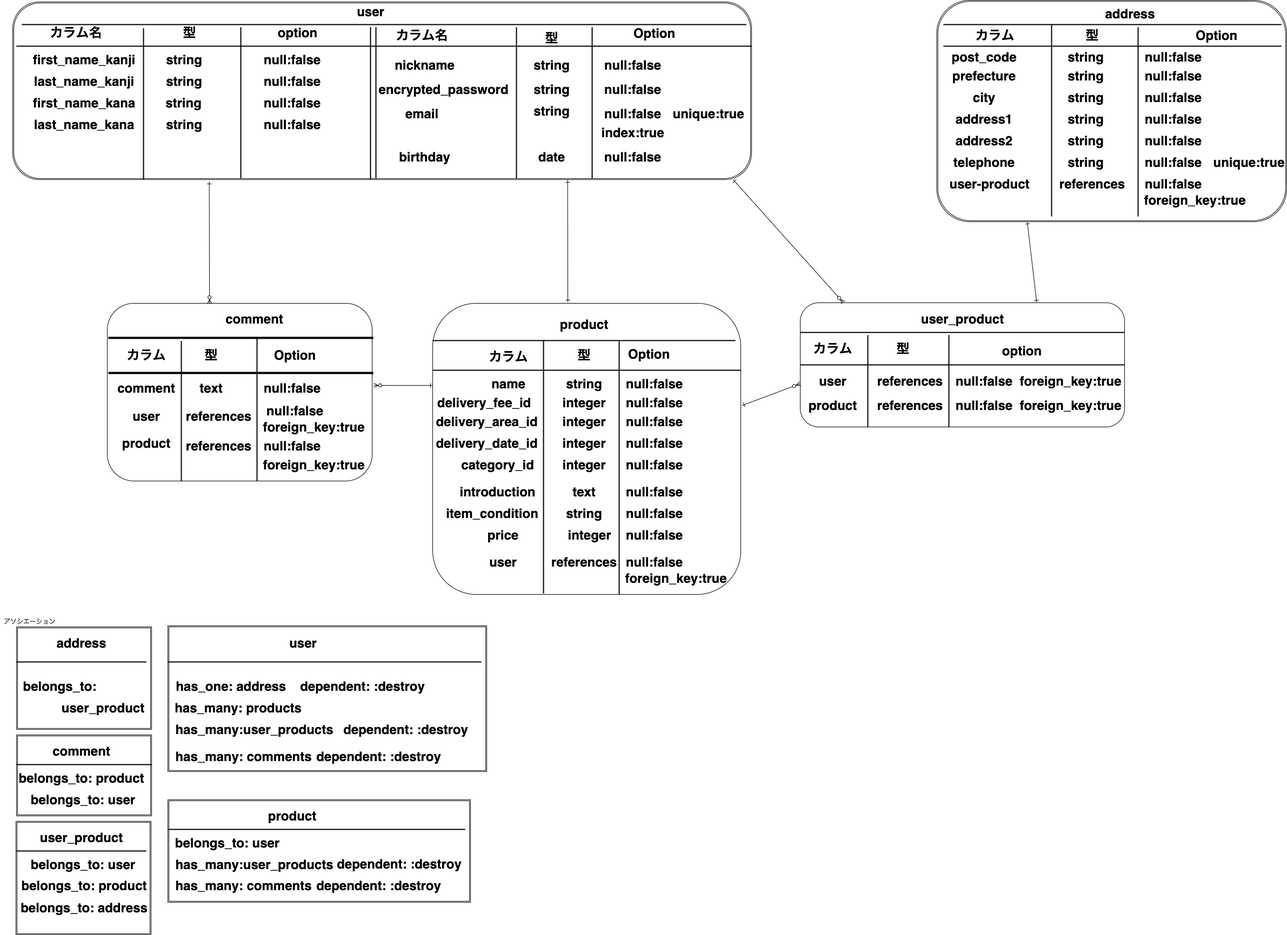
Earlier version of the draw.io export furima32413.png (Kaneko-Yukihiro0117/furima-32413). Source tidied: cells renumbered, new cells last; positions are measured from the earlier drawing's top-left corner, leaving out a move shared by most shapes.
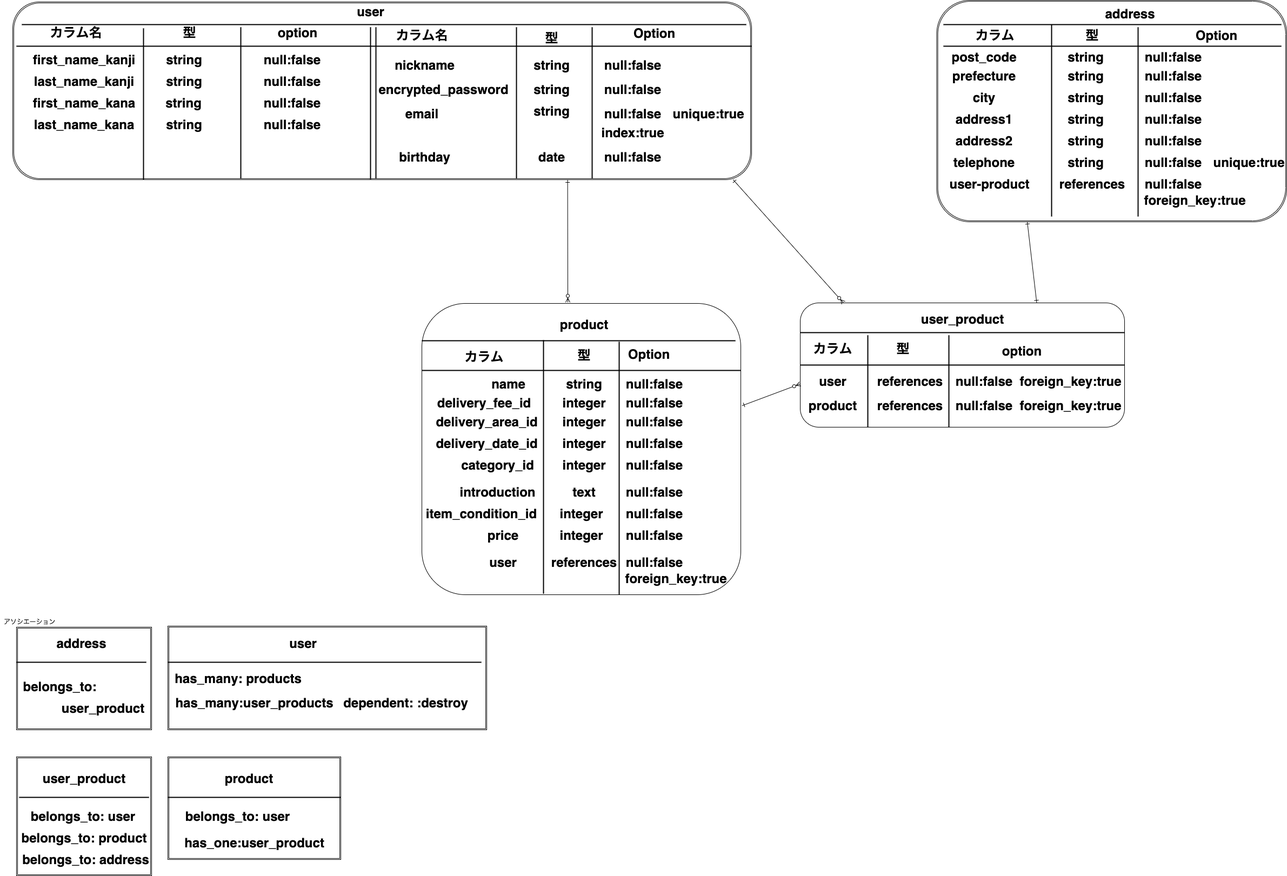
After the change.

What changed in the source:
```diff
@@ -4,8 +4,2 @@
     <mxCell id="1" parent="0" />
-    <mxCell id="2" style="shape=ext;double=1;rounded=0;whiteSpace=wrap;html=1;" parent="1" vertex="1">
-      <mxGeometry x="30" y="1360" width="250" height="150" as="geometry" />
-    </mxCell>
-    <mxCell id="3" style="rounded=1;whiteSpace=wrap;html=1;" parent="1" vertex="1">
-      <mxGeometry x="198" y="561" width="490" height="329" as="geometry" />
-    </mxCell>
     <mxCell id="4" style="edgeStyle=none;sketch=0;orthogonalLoop=1;jettySize=auto;html=1;exitX=0.5;exitY=0;exitDx=0;exitDy=0;exitPerimeter=0;" parent="1" edge="1">
@@ -194,3 +188,3 @@
     <mxCell id="64" style="rounded=1;whiteSpace=wrap;html=1;" parent="1" vertex="1">
-      <mxGeometry x="800" y="561" width="570" height="539" as="geometry" />
+      <mxGeometry x="780" y="561" width="590" height="539" as="geometry" />
     </mxCell>
@@ -236,3 +230,3 @@
     <mxCell id="78" style="line;strokeWidth=2;html=1;" parent="1" vertex="1">
-      <mxGeometry x="800" y="625" width="560" height="10" as="geometry" />
+      <mxGeometry x="780" y="625" width="580" height="10" as="geometry" />
     </mxCell>
@@ -245,3 +239,3 @@
     <mxCell id="81" style="line;strokeWidth=2;html=1;" parent="1" vertex="1">
-      <mxGeometry x="800" y="680" width="570" height="10" as="geometry" />
+      <mxGeometry x="780" y="680" width="590" height="10" as="geometry" />
     </mxCell>
@@ -257,3 +251,3 @@
     <mxCell id="85" value="カラム" style="text;strokeColor=none;fillColor=none;html=1;fontSize=24;fontStyle=1;verticalAlign=middle;align=center;" parent="1" vertex="1">
-      <mxGeometry x="890" y="642" width="100" height="35" as="geometry" />
+      <mxGeometry x="845" y="642" width="100" height="35" as="geometry" />
     </mxCell>
@@ -262,5 +256,2 @@
     </mxCell>
-    <mxCell id="87" value="product" style="text;strokeColor=none;fillColor=none;html=1;fontSize=24;fontStyle=1;verticalAlign=middle;align=center;" parent="1" vertex="1">
-      <mxGeometry x="220" y="800" width="100" height="40" as="geometry" />
-    </mxCell>
     <mxCell id="88" style="line;strokeWidth=2;direction=south;html=1;" parent="1" vertex="1">
@@ -277,8 +268,2 @@
     </mxCell>
-    <mxCell id="92" value="text" style="text;strokeColor=none;fillColor=none;html=1;fontSize=24;fontStyle=1;verticalAlign=middle;align=center;" parent="1" vertex="1">
-      <mxGeometry x="340" y="698" width="100" height="40" as="geometry" />
-    </mxCell>
-    <mxCell id="93" value="references" style="text;strokeColor=none;fillColor=none;html=1;fontSize=24;fontStyle=1;verticalAlign=middle;align=center;" parent="1" vertex="1">
-      <mxGeometry x="354" y="750" width="100" height="40" as="geometry" />
-    </mxCell>
     <mxCell id="94" value="null:false" style="text;strokeColor=none;fillColor=none;html=1;fontSize=24;fontStyle=1;verticalAlign=middle;align=center;" parent="1" vertex="1">
@@ -289,5 +274,2 @@
     </mxCell>
-    <mxCell id="96" value="null:false" style="text;strokeColor=none;fillColor=none;html=1;fontSize=24;fontStyle=1;verticalAlign=middle;align=center;" parent="1" vertex="1">
-      <mxGeometry x="490" y="810" width="100" height="30" as="geometry" />
-    </mxCell>
     <mxCell id="97" value="null:false" style="text;strokeColor=none;fillColor=none;html=1;fontSize=24;fontStyle=1;verticalAlign=middle;align=center;" parent="1" vertex="1">
@@ -295,5 +277,2 @@
     </mxCell>
-    <mxCell id="98" value="null:false" style="text;strokeColor=none;fillColor=none;html=1;fontSize=24;fontStyle=1;verticalAlign=middle;align=center;" parent="1" vertex="1">
-      <mxGeometry x="495" y="740" width="100" height="40" as="geometry" />
-    </mxCell>
     <mxCell id="99" value="null:false" style="text;strokeColor=none;fillColor=none;html=1;fontSize=24;fontStyle=1;verticalAlign=middle;align=center;" parent="1" vertex="1">
@@ -301,5 +280,2 @@
     </mxCell>
-    <mxCell id="100" value="null:false" style="text;strokeColor=none;fillColor=none;html=1;fontSize=24;fontStyle=1;verticalAlign=middle;align=center;" parent="1" vertex="1">
-      <mxGeometry x="490" y="698" width="100" height="40" as="geometry" />
-    </mxCell>
     <mxCell id="101" value="null:false" style="text;strokeColor=none;fillColor=none;html=1;fontSize=24;fontStyle=1;verticalAlign=middle;align=center;" parent="1" vertex="1">
@@ -338,18 +314,6 @@
     <mxCell id="112" style="shape=ext;double=1;rounded=0;whiteSpace=wrap;html=1;" parent="1" vertex="1">
-      <mxGeometry x="29" y="1520" width="250" height="210" as="geometry" />
+      <mxGeometry x="30" y="1400" width="250" height="220" as="geometry" />
     </mxCell>
-    <mxCell id="113" value="comment" style="text;strokeColor=none;fillColor=none;html=1;fontSize=24;fontStyle=1;verticalAlign=middle;align=center;" parent="1" vertex="1">
-      <mxGeometry x="100" y="1370" width="100" height="40" as="geometry" />
-    </mxCell>
-    <mxCell id="114" style="line;strokeWidth=2;html=1;" parent="1" vertex="1">
-      <mxGeometry x="30" y="1410" width="250" height="10" as="geometry" />
-    </mxCell>
-    <mxCell id="115" value="belongs_to: user" style="text;strokeColor=none;fillColor=none;html=1;fontSize=24;fontStyle=1;verticalAlign=middle;align=center;" parent="1" vertex="1">
-      <mxGeometry x="102.5" y="1460" width="100" height="40" as="geometry" />
-    </mxCell>
-    <mxCell id="116" value="belongs_to: product" style="text;strokeColor=none;fillColor=none;html=1;fontSize=24;fontStyle=1;verticalAlign=middle;align=center;" parent="1" vertex="1">
-      <mxGeometry x="100" y="1420" width="100" height="40" as="geometry" />
-    </mxCell>
     <mxCell id="117" style="shape=ext;double=1;rounded=0;whiteSpace=wrap;html=1;" parent="1" vertex="1">
-      <mxGeometry x="310" y="1158" width="590" height="270" as="geometry" />
+      <mxGeometry x="310" y="1158" width="590" height="192" as="geometry" />
     </mxCell>
@@ -361,35 +325,17 @@
     </mxCell>
-    <mxCell id="120" value="has_one: address&amp;nbsp;" style="text;strokeColor=none;fillColor=none;html=1;fontSize=24;fontStyle=1;verticalAlign=middle;align=center;" parent="1" vertex="1">
-      <mxGeometry x="380" y="1250" width="100" height="40" as="geometry" />
-    </mxCell>
     <mxCell id="121" value="has_many: products" style="text;strokeColor=none;fillColor=none;html=1;fontSize=24;fontStyle=1;verticalAlign=middle;align=center;" parent="1" vertex="1">
-      <mxGeometry x="390" y="1290" width="100" height="40" as="geometry" />
+      <mxGeometry x="390" y="1235" width="100" height="40" as="geometry" />
     </mxCell>
-    <mxCell id="122" value="has_many: comments" style="text;strokeColor=none;fillColor=none;html=1;fontSize=24;fontStyle=1;verticalAlign=middle;align=center;" parent="1" vertex="1">
-      <mxGeometry x="400" y="1380" width="100" height="40" as="geometry" />
-    </mxCell>
     <mxCell id="123" style="shape=ext;double=1;rounded=0;whiteSpace=wrap;html=1;" parent="1" vertex="1">
-      <mxGeometry x="310" y="1480" width="560" height="190" as="geometry" />
+      <mxGeometry x="310" y="1400" width="320" height="190" as="geometry" />
     </mxCell>
-    <mxCell id="124" value="dependent: :destroy" style="text;strokeColor=none;fillColor=none;html=1;fontSize=24;fontStyle=1;verticalAlign=middle;align=center;" parent="1" vertex="1">
-      <mxGeometry x="620" y="1250" width="100" height="40" as="geometry" />
-    </mxCell>
-    <mxCell id="125" value="dependent: :destroy" style="text;strokeColor=none;fillColor=none;html=1;fontSize=24;fontStyle=1;verticalAlign=middle;align=center;" parent="1" vertex="1">
-      <mxGeometry x="650" y="1380" width="100" height="40" as="geometry" />
-    </mxCell>
     <mxCell id="126" value="product" style="text;strokeColor=none;fillColor=none;html=1;fontSize=24;fontStyle=1;verticalAlign=middle;align=center;" parent="1" vertex="1">
-      <mxGeometry x="490" y="1490" width="100" height="40" as="geometry" />
+      <mxGeometry x="410" y="1420" width="100" height="40" as="geometry" />
     </mxCell>
     <mxCell id="127" style="line;strokeWidth=2;html=1;" parent="1" vertex="1">
-      <mxGeometry x="310" y="1530" width="550" height="10" as="geometry" />
+      <mxGeometry x="310" y="1470" width="320" height="10" as="geometry" />
     </mxCell>
     <mxCell id="128" value="belongs_to: user" style="text;strokeColor=none;fillColor=none;html=1;fontSize=24;fontStyle=1;verticalAlign=middle;align=center;" parent="1" vertex="1">
-      <mxGeometry x="370" y="1540" width="100" height="40" as="geometry" />
+      <mxGeometry x="389" y="1490" width="100" height="40" as="geometry" />
     </mxCell>
-    <mxCell id="129" value="has_many: comments" style="text;strokeColor=none;fillColor=none;html=1;fontSize=24;fontStyle=1;verticalAlign=middle;align=center;" parent="1" vertex="1">
-      <mxGeometry x="400" y="1619" width="100" height="40" as="geometry" />
-    </mxCell>
-    <mxCell id="130" value="dependent: :destroy" style="text;strokeColor=none;fillColor=none;html=1;fontSize=24;fontStyle=1;verticalAlign=middle;align=center;" parent="1" vertex="1">
-      <mxGeometry x="650" y="1619" width="100" height="40" as="geometry" />
-    </mxCell>
     <mxCell id="131" value="user" style="text;strokeColor=none;fillColor=none;html=1;fontSize=24;fontStyle=1;verticalAlign=middle;align=center;" parent="1" vertex="1">
@@ -427,14 +373,2 @@
     </mxCell>
-    <mxCell id="142" value="comment" style="text;strokeColor=none;fillColor=none;html=1;fontSize=24;fontStyle=1;verticalAlign=middle;align=center;" parent="1" vertex="1">
-      <mxGeometry x="420" y="570" width="100" height="40" as="geometry" />
-    </mxCell>
-    <mxCell id="143" style="line;strokeWidth=4;html=1;perimeter=backbonePerimeter;" parent="1" vertex="1">
-      <mxGeometry x="200" y="620" width="490" height="10" as="geometry" />
-    </mxCell>
-    <mxCell id="144" style="line;strokeWidth=4;html=1;perimeter=backbonePerimeter;" parent="1" vertex="1">
-      <mxGeometry x="200" y="685" width="490" height="10" as="geometry" />
-    </mxCell>
-    <mxCell id="145" value="カラム" style="text;strokeColor=none;fillColor=none;html=1;fontSize=24;fontStyle=1;verticalAlign=middle;align=center;" parent="1" vertex="1">
-      <mxGeometry x="220" y="637" width="100" height="40" as="geometry" />
-    </mxCell>
     <mxCell id="146" value="delivery_date_id" style="text;strokeColor=none;fillColor=none;html=1;fontSize=24;fontStyle=1;verticalAlign=middle;align=center;" parent="1" vertex="1">
@@ -442,35 +376,14 @@
     </mxCell>
-    <mxCell id="147" style="line;strokeWidth=2;direction=south;html=1;" parent="1" vertex="1">
-      <mxGeometry x="330" y="631" width="10" height="259" as="geometry" />
-    </mxCell>
-    <mxCell id="148" style="line;strokeWidth=2;direction=south;html=1;" parent="1" vertex="1">
-      <mxGeometry x="470" y="625" width="10" height="265" as="geometry" />
-    </mxCell>
-    <mxCell id="149" value="型" style="text;strokeColor=none;fillColor=none;html=1;fontSize=24;fontStyle=1;verticalAlign=middle;align=center;" parent="1" vertex="1">
-      <mxGeometry x="340" y="637" width="100" height="40" as="geometry" />
-    </mxCell>
-    <mxCell id="150" value="Option" style="text;strokeColor=none;fillColor=none;html=1;fontSize=24;fontStyle=1;verticalAlign=middle;align=center;" parent="1" vertex="1">
-      <mxGeometry x="495" y="637" width="100" height="40" as="geometry" />
-    </mxCell>
-    <mxCell id="151" style="endArrow=ERone;html=1;entryX=0.266;entryY=1.012;entryDx=0;entryDy=0;entryPerimeter=0;startArrow=ERzeroToMany;startFill=1;endFill=0;exitX=0.386;exitY=0.003;exitDx=0;exitDy=0;exitPerimeter=0;" parent="1" edge="1" source="3" target="5">
-      <mxGeometry relative="1" as="geometry" />
-    </mxCell>
     <mxCell id="152" value="user_product" style="text;strokeColor=none;fillColor=none;html=1;fontSize=24;fontStyle=1;verticalAlign=middle;align=center;" parent="1" vertex="1">
-      <mxGeometry x="100" y="1530" width="100" height="40" as="geometry" />
+      <mxGeometry x="105" y="1420" width="100" height="40" as="geometry" />
     </mxCell>
     <mxCell id="153" style="line;strokeWidth=2;html=1;" parent="1" vertex="1">
-      <mxGeometry x="30" y="1570" width="240" height="10" as="geometry" />
+      <mxGeometry x="35" y="1470" width="240" height="10" as="geometry" />
     </mxCell>
     <mxCell id="154" value="belongs_to: user" style="text;strokeColor=none;fillColor=none;html=1;fontSize=24;fontStyle=1;verticalAlign=middle;align=center;" parent="1" vertex="1">
-      <mxGeometry x="102.5" y="1580" width="100" height="40" as="geometry" />
+      <mxGeometry x="102.5" y="1490" width="100" height="40" as="geometry" />
     </mxCell>
     <mxCell id="155" value="belongs_to: product" style="text;strokeColor=none;fillColor=none;html=1;fontSize=24;fontStyle=1;verticalAlign=middle;align=center;" parent="1" vertex="1">
-      <mxGeometry x="105" y="1619" width="100" height="40" as="geometry" />
+      <mxGeometry x="105" y="1530" width="100" height="40" as="geometry" />
     </mxCell>
-    <mxCell id="156" style="endArrow=ERone;html=1;startArrow=ERzeroToMany;startFill=1;endFill=0;" parent="1" edge="1">
-      <mxGeometry relative="1" as="geometry">
-        <mxPoint x="691" y="713" as="sourcePoint" />
-        <mxPoint x="800" y="713" as="targetPoint" />
-      </mxGeometry>
-    </mxCell>
     <mxCell id="157" style="endArrow=ERzeroToMany;html=1;entryX=0;entryY=0.652;entryDx=0;entryDy=0;entryPerimeter=0;startArrow=ERone;startFill=0;endFill=1;exitX=1.004;exitY=0.351;exitDx=0;exitDy=0;exitPerimeter=0;" parent="1" edge="1" source="64" target="65">
@@ -500,3 +413,3 @@
     <mxCell id="165" value="belongs_to: address" style="text;strokeColor=none;fillColor=none;html=1;fontSize=24;fontStyle=1;verticalAlign=middle;align=center;" parent="1" vertex="1">
-      <mxGeometry x="105" y="1660" width="100" height="40" as="geometry" />
+      <mxGeometry x="107.5" y="1570" width="100" height="40" as="geometry" />
     </mxCell>
@@ -508,18 +421,3 @@
     </mxCell>
-    <mxCell id="168" value="comment" style="text;strokeColor=none;fillColor=none;html=1;fontSize=24;fontStyle=1;verticalAlign=middle;align=center;" parent="1" vertex="1">
-      <mxGeometry x="220" y="698" width="100" height="40" as="geometry" />
-    </mxCell>
-    <mxCell id="169" value="user" style="text;strokeColor=none;fillColor=none;html=1;fontSize=24;fontStyle=1;verticalAlign=middle;align=center;" parent="1" vertex="1">
-      <mxGeometry x="220" y="750" width="100" height="40" as="geometry" />
-    </mxCell>
-    <mxCell id="170" value="references" style="text;strokeColor=none;fillColor=none;html=1;fontSize=24;fontStyle=1;verticalAlign=middle;align=center;" parent="1" vertex="1">
-      <mxGeometry x="354" y="805" width="100" height="40" as="geometry" />
-    </mxCell>
-    <mxCell id="171" value="foreign_key:true" style="text;strokeColor=none;fillColor=none;html=1;fontSize=24;fontStyle=1;verticalAlign=middle;align=center;" parent="1" vertex="1">
-      <mxGeometry x="530" y="770" width="100" height="40" as="geometry" />
-    </mxCell>
-    <mxCell id="172" value="foreign_key:true" style="text;strokeColor=none;fillColor=none;html=1;fontSize=24;fontStyle=1;verticalAlign=middle;align=center;" parent="1" vertex="1">
-      <mxGeometry x="530" y="840" width="100" height="40" as="geometry" />
-    </mxCell>
-    <mxCell id="173" style="endArrow=ERone;html=1;entryX=0.751;entryY=1.006;entryDx=0;entryDy=0;entryPerimeter=0;endFill=0;startArrow=ERone;startFill=0;" parent="1" edge="1">
+    <mxCell id="173" style="endArrow=ERone;html=1;entryX=0.751;entryY=1.006;entryDx=0;entryDy=0;entryPerimeter=0;endFill=0;startArrow=ERzeroToMany;startFill=1;" parent="1" edge="1">
       <mxGeometry relative="1" as="geometry">
@@ -537,4 +435,4 @@
     </mxCell>
-    <mxCell id="176" value="item_condition" style="text;strokeColor=none;fillColor=none;html=1;fontSize=24;fontStyle=1;verticalAlign=middle;align=center;" parent="1" vertex="1">
-      <mxGeometry x="860" y="930" width="100" height="40" as="geometry" />
+    <mxCell id="176" value="item_condition_id" style="text;strokeColor=none;fillColor=none;html=1;fontSize=24;fontStyle=1;verticalAlign=middle;align=center;" parent="1" vertex="1">
+      <mxGeometry x="840" y="930" width="100" height="40" as="geometry" />
     </mxCell>
@@ -547,3 +445,3 @@
     <mxCell id="179" value="integer" style="text;strokeColor=none;fillColor=none;html=1;fontSize=24;fontStyle=1;verticalAlign=middle;align=center;" parent="1" vertex="1">
-      <mxGeometry x="1040" y="970" width="100" height="40" as="geometry" />
+      <mxGeometry x="1025" y="970" width="100" height="40" as="geometry" />
     </mxCell>
@@ -552,5 +450,2 @@
     </mxCell>
-    <mxCell id="181" value="string" style="text;strokeColor=none;fillColor=none;html=1;fontSize=24;fontStyle=1;verticalAlign=middle;align=center;" parent="1" vertex="1">
-      <mxGeometry x="1030" y="930" width="100" height="40" as="geometry" />
-    </mxCell>
     <mxCell id="182" value="references" style="text;strokeColor=none;fillColor=none;html=1;fontSize=24;fontStyle=1;verticalAlign=middle;align=center;" parent="1" vertex="1">
@@ -579,13 +474,13 @@
     <mxCell id="189" value="has_many:user_products" style="text;strokeColor=none;fillColor=none;html=1;fontSize=24;fontStyle=1;verticalAlign=middle;align=center;" parent="1" vertex="1">
-      <mxGeometry x="420" y="1330" width="100" height="40" as="geometry" />
+      <mxGeometry x="420" y="1280" width="100" height="40" as="geometry" />
     </mxCell>
     <mxCell id="190" value="dependent: :destroy" style="text;strokeColor=none;fillColor=none;html=1;fontSize=24;fontStyle=1;verticalAlign=middle;align=center;" parent="1" vertex="1">
-      <mxGeometry x="700" y="1330" width="100" height="40" as="geometry" />
+      <mxGeometry x="700" y="1280" width="100" height="40" as="geometry" />
     </mxCell>
-    <mxCell id="191" value="has_many:user_products" style="text;strokeColor=none;fillColor=none;html=1;fontSize=24;fontStyle=1;verticalAlign=middle;align=center;" parent="1" vertex="1">
-      <mxGeometry x="420" y="1580" width="100" height="40" as="geometry" />
+    <mxCell id="191" value="has_one:user_product" style="text;strokeColor=none;fillColor=none;html=1;fontSize=24;fontStyle=1;verticalAlign=middle;align=center;" parent="1" vertex="1">
+      <mxGeometry x="420" y="1539" width="100" height="40" as="geometry" />
     </mxCell>
-    <mxCell id="192" value="dependent: :destroy" style="text;strokeColor=none;fillColor=none;html=1;fontSize=24;fontStyle=1;verticalAlign=middle;align=center;" parent="1" vertex="1">
-      <mxGeometry x="688" y="1579" width="100" height="40" as="geometry" />
-    </mxCell>
+    <mxCell id="193" value="integer" style="text;strokeColor=none;fillColor=none;html=1;fontSize=24;fontStyle=1;verticalAlign=middle;align=center;" parent="1" vertex="1">
+      <mxGeometry x="1025" y="930" width="100" height="40" as="geometry" />
+    </mxCell>
   </root>
```
